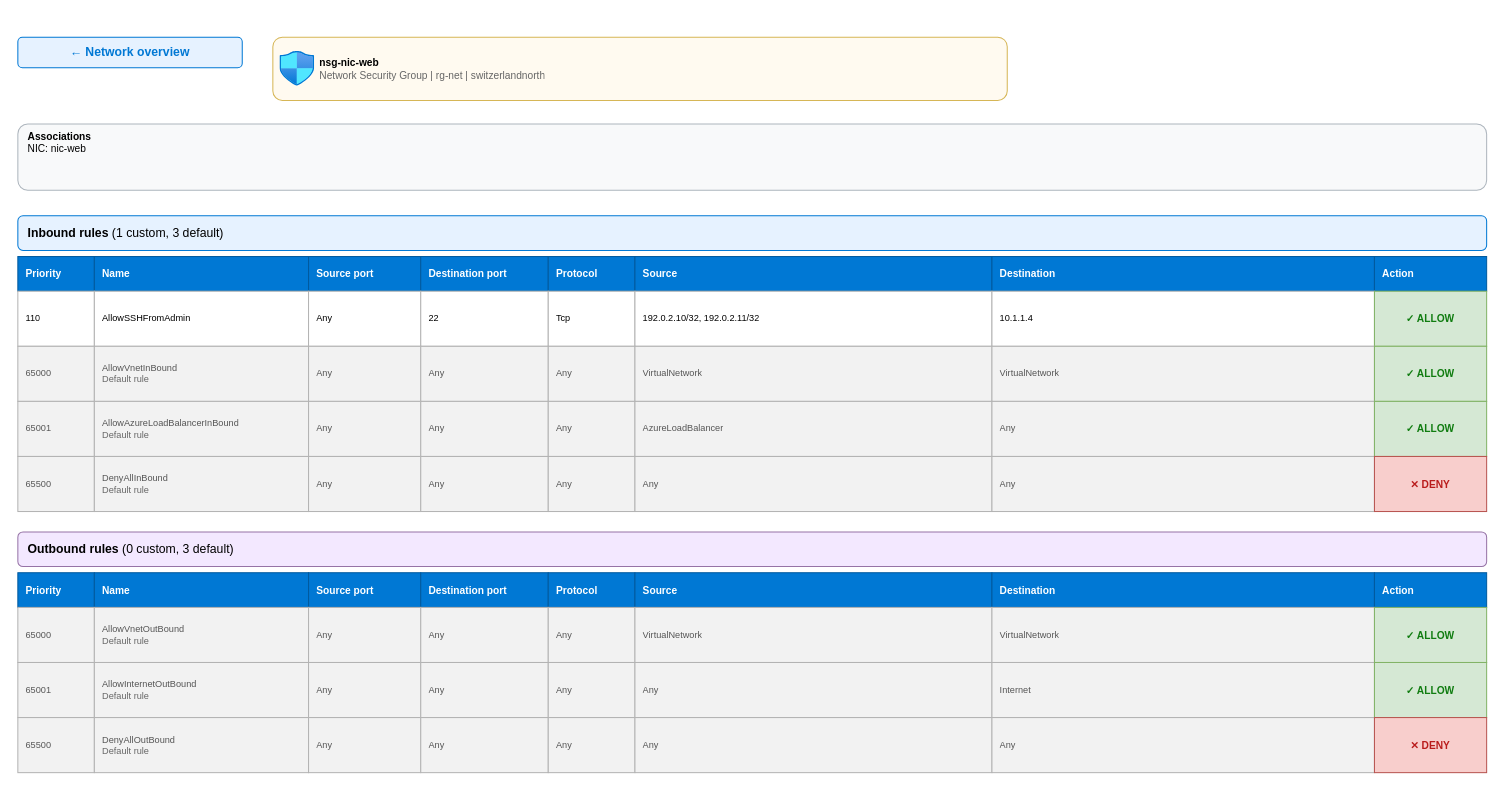
Earlier version of the draw.io diagram page "NSG - nsg-nic-web" (5 of 13) of sample-network.drawio (zh54321/VNetAtlas). Source tidied: cells renumbered, new cells numbered last; positions are measured from the earlier drawing's top-left corner, leaving out a move shared by most shapes. Both pictures are drawn from the tidied source at 102%, with x=0, y=0 at pixel (17, 37).
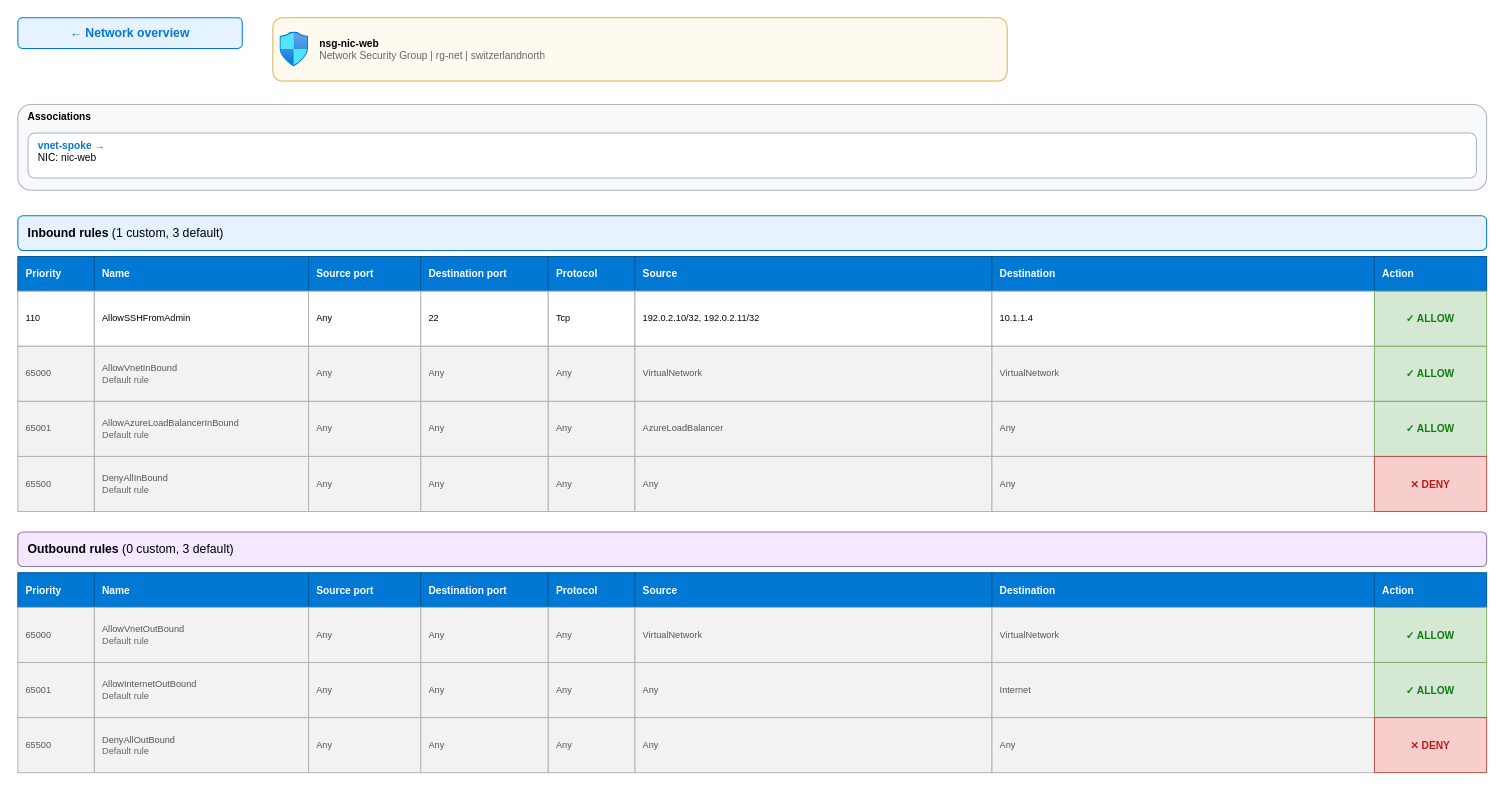
Above is the later version.

Change to the diagram source:
```diff
@@
     <mxCell id="2" value="&amp;#8592; Network overview" style="rounded=1;whiteSpace=wrap;html=1;fillColor=light-dark(#e6f2ff,#1d2d40);strokeColor=light-dark(#0078d4,#4a9be0);fontColor=light-dark(#0078d4,#6cb6ff);fontStyle=1;" parent="1" vertex="1">
-      <mxGeometry width="220" height="30" as="geometry" />
+      <mxGeometry y="-19" width="220" height="30" as="geometry" />
     </mxCell>
-    <mxCell id="3" value="&lt;b&gt;nsg-nic-web&lt;/b&gt;&lt;br&gt;&lt;font color='#666666'&gt;Network Security Group | rg-net | switzerlandnorth&lt;/font&gt;" style="shape=label;rounded=1;whiteSpace=wrap;html=1;image=img/lib/azure2/networking/Network_Security_Groups.svg;imageWidth=34;imageHeight=34;imageAlign=left;imageVerticalAlign=middle;spacingLeft=44;align=left;verticalAlign=middle;fillColor=light-dark(#fffaf0,#2e2a1f);strokeColor=light-dark(#d6b656,#a88f3f);fontSize=10;overflow=hidden;fontColor=light-dark(#000000,#dcdde0);" parent="1" vertex="1">
-      <mxGeometry x="250" width="720" height="62" as="geometry" />
+    <mxCell id="3" value="&lt;b&gt;nsg-nic-web&lt;/b&gt;&lt;br&gt;&lt;font color='#666666'&gt;Network Security Group | rg-net | switzerlandnorth&lt;/font&gt;" style="shape=label;rounded=1;whiteSpace=wrap;html=1;image=img/lib/azure2/networking/Network_Security_Groups.svg;imageWidth=28;imageHeight=34;imageAlign=left;imageVerticalAlign=middle;spacingLeft=44;align=left;verticalAlign=middle;fillColor=light-dark(#fffaf0,#2e2a1f);strokeColor=light-dark(#d6b656,#a88f3f);fontSize=10;overflow=hidden;fontColor=light-dark(#000000,#dcdde0);" parent="1" vertex="1">
+      <mxGeometry x="250" y="-19" width="720" height="62" as="geometry" />
     </mxCell>
-    <mxCell id="4" value="&lt;b&gt;Associations&lt;/b&gt;&lt;br&gt;NIC: nic-web" style="rounded=1;whiteSpace=wrap;html=1;fillColor=light-dark(#f8f9fa,#26282c);strokeColor=light-dark(#adb5bd,#4a4f57);fontSize=10;align=left;spacingLeft=8;verticalAlign=top;fontColor=light-dark(#000000,#dcdde0);" parent="1" vertex="1">
-      <mxGeometry y="85" width="1440" height="65" as="geometry" />
+    <mxCell id="4" value="&lt;b&gt;Associations&lt;/b&gt;" style="rounded=1;whiteSpace=wrap;html=1;fillColor=light-dark(#f8f9fa,#26282c);strokeColor=light-dark(#adb5bd,#4a4f57);fontSize=10;align=left;spacingLeft=8;verticalAlign=top;fontColor=light-dark(#000000,#dcdde0);" parent="1" vertex="1">
+      <mxGeometry y="66" width="1440" height="84" as="geometry" />
     </mxCell>
+    <mxCell id="79" value="&lt;font color='#0078d4'&gt;&lt;b&gt;vnet-spoke&lt;/b&gt; &amp;#8594;&lt;/font&gt;&lt;br&gt;NIC: nic-web" style="rounded=1;whiteSpace=wrap;html=1;fillColor=light-dark(#ffffff,#2b2d31);strokeColor=light-dark(#adb5bd,#4a4f57);fontSize=10;align=left;spacingLeft=8;verticalAlign=top;fontColor=light-dark(#000000,#dcdde0);" parent="1" vertex="1">
+      <mxGeometry x="10" y="94" width="1420" height="44" as="geometry" />
+    </mxCell>
```
